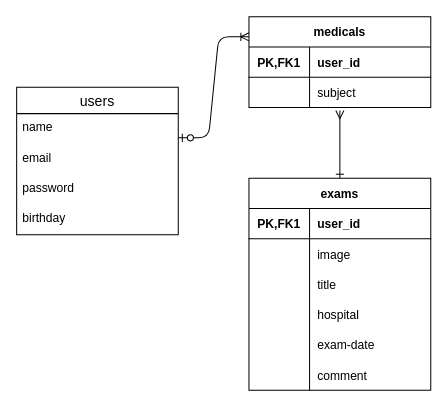
This is config/ER.dio from mura2024/my-karte, a draw.io file, before an edit. Source tidied: cells renumbered, new cells numbered last; positions are measured from the earlier drawing's top-left corner, leaving out a move shared by most shapes. Both pictures are drawn from the tidied source at 101%, with x=0, y=0 at pixel (16, 16).
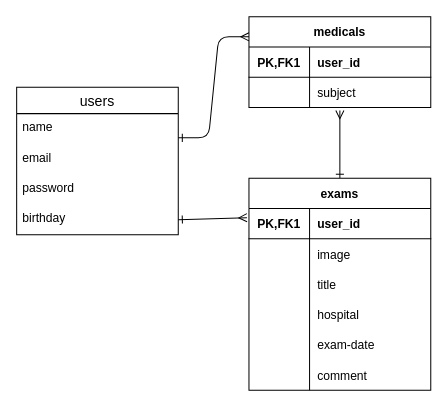
Above is the later version.

The change refers to these unchanged cells:
```xml
<mxCell id="6" value="birthday" style="text;strokeColor=none;fillColor=none;spacingLeft=4;spacingRight=4;overflow=hidden;points=[[0,0.5],[1,0.5]];portConstraint=eastwest;fontSize=12;" parent="2" vertex="1">
  <mxGeometry y="116" width="160" height="30" as="geometry" />
</mxCell>
<mxCell id="16" style="shape=tableRow;horizontal=0;startSize=0;swimlaneHead=0;swimlaneBody=0;fillColor=none;points=[[0,0.5],[1,0.5]];portConstraint=eastwest;top=0;left=0;right=0;bottom=0;" parent="15" vertex="1">
  <mxGeometry y="30" width="180" height="30" as="geometry" />
</mxCell>
```

Change to the diagram source:
```diff
@@
-    <mxCell id="34" style="edgeStyle=entityRelationEdgeStyle;fontSize=12;html=1;endArrow=ERoneToMany;startArrow=ERzeroToOne;" parent="1" edge="1">
+    <mxCell id="34" style="edgeStyle=entityRelationEdgeStyle;fontSize=12;html=1;endArrow=ERmany;startArrow=ERone;endFill=0;startFill=0;" parent="1" edge="1">
       <mxGeometry relative="1" as="geometry">
         <mxPoint x="160" y="120" as="sourcePoint" />
         <mxPoint x="230" y="20" as="targetPoint" />
       </mxGeometry>
     </mxCell>
+    <mxCell id="35" style="edgeStyle=none;html=1;exitX=1;exitY=0.5;exitDx=0;exitDy=0;startArrow=ERone;startFill=0;endArrow=ERmany;endFill=0;entryX=-0.011;entryY=0.3;entryDx=0;entryDy=0;entryPerimeter=0;" parent="1" edge="1" source="6" target="16">
+      <mxGeometry relative="1" as="geometry" />
+    </mxCell>
```
